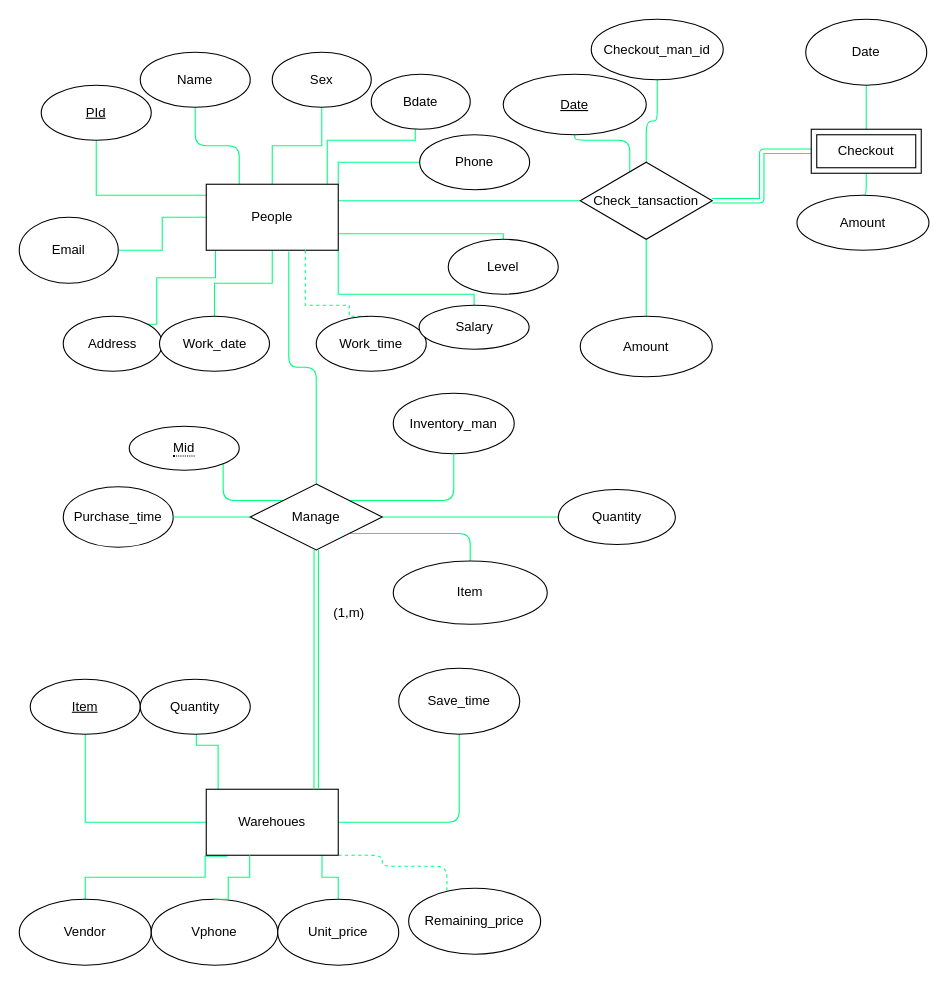
The draw.io diagram ER_model原檔.drawio in peter-kong/Warehouse_system, before the edit. Source tidied: cells renumbered, new cells numbered last; positions are measured from the earlier drawing's top-left corner, leaving out a move shared by most shapes. Both pictures are drawn from the tidied source at 110%, with x=0, y=0 at pixel (19, 19).
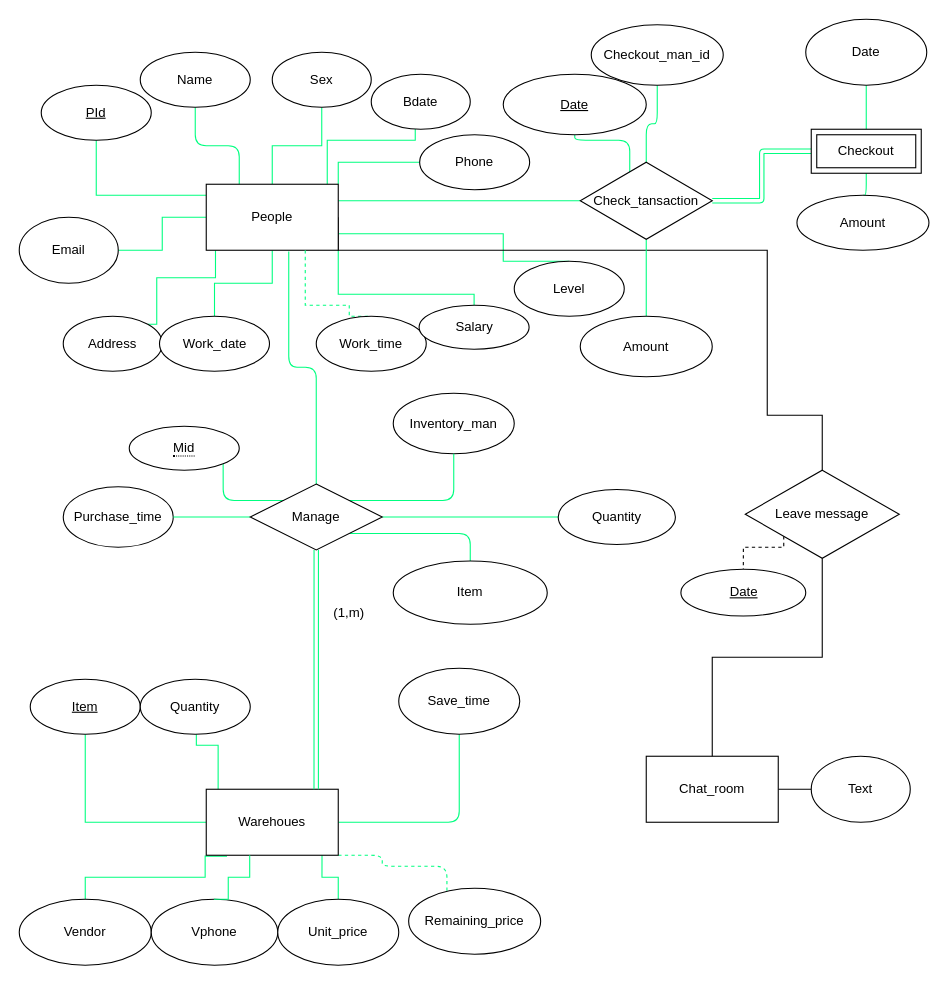
The same diagram, later.

The change refers to these unchanged cells:
```xml
<mxCell id="13" value="People" style="rounded=0;whiteSpace=wrap;html=1;" parent="1" vertex="1">
  <mxGeometry x="170" y="150" width="120" height="60" as="geometry" />
</mxCell>
```

What changed in the source:
```diff
@@
+    <mxCell id="68" style="edgeStyle=orthogonalEdgeStyle;rounded=0;jettySize=auto;html=1;exitX=1;exitY=0.5;exitDx=0;exitDy=0;entryX=0.5;entryY=0;entryDx=0;entryDy=0;endArrow=none;endFill=0;" parent="1" edge="1" source="13" target="73">
+      <mxGeometry relative="1" as="geometry">
+        <Array as="points">
+          <mxPoint x="290" y="210" />
+          <mxPoint x="680" y="210" />
+          <mxPoint x="680" y="360" />
+          <mxPoint x="730" y="360" />
+        </Array>
+      </mxGeometry>
+    </mxCell>
@@
     <mxCell id="17" value="Level" style="ellipse;whiteSpace=wrap;html=1;" parent="1" vertex="1">
-      <mxGeometry x="390" y="200" width="100" height="50" as="geometry" />
+      <mxGeometry x="450" y="220" width="100" height="50" as="geometry" />
     </mxCell>
@@
     <mxCell id="60" value="Checkout_man_id" style="ellipse;whiteSpace=wrap;html=1;" parent="1" vertex="1">
-      <mxGeometry x="520" width="120" height="55" as="geometry" />
+      <mxGeometry x="520" y="5" width="120" height="55" as="geometry" />
     </mxCell>
@@
+    <mxCell id="69" style="edgeStyle=orthogonalEdgeStyle;rounded=0;jettySize=auto;html=1;endArrow=none;endFill=0;" parent="1" edge="1" source="70" target="74">
+      <mxGeometry relative="1" as="geometry" />
+    </mxCell>
+    <mxCell id="70" value="Chat_room" style="rounded=0;whiteSpace=wrap;html=1;" parent="1" vertex="1">
+      <mxGeometry x="570" y="670" width="120" height="60" as="geometry" />
+    </mxCell>
+    <mxCell id="71" style="edgeStyle=orthogonalEdgeStyle;rounded=0;jettySize=auto;html=1;exitX=0.5;exitY=1;exitDx=0;exitDy=0;entryX=0.5;entryY=0;entryDx=0;entryDy=0;endArrow=none;endFill=0;" parent="1" edge="1" source="73" target="70">
+      <mxGeometry relative="1" as="geometry" />
+    </mxCell>
+    <mxCell id="72" style="edgeStyle=orthogonalEdgeStyle;rounded=0;jettySize=auto;html=1;exitX=0;exitY=1;exitDx=0;exitDy=0;entryX=0.5;entryY=0;entryDx=0;entryDy=0;dashed=1;endArrow=none;endFill=0;" parent="1" edge="1" source="73" target="75">
+      <mxGeometry relative="1" as="geometry">
+        <Array as="points">
+          <mxPoint x="695" y="480" />
+          <mxPoint x="658" y="480" />
+        </Array>
+      </mxGeometry>
+    </mxCell>
+    <mxCell id="73" value="Leave message" style="rhombus;whiteSpace=wrap;html=1;" parent="1" vertex="1">
+      <mxGeometry x="660" y="410" width="140" height="80" as="geometry" />
+    </mxCell>
+    <mxCell id="74" value="Text" style="ellipse;whiteSpace=wrap;html=1;rounded=0;" parent="1" vertex="1">
+      <mxGeometry x="720" y="670" width="90" height="60" as="geometry" />
+    </mxCell>
+    <mxCell id="75" value="&lt;u&gt;Date&lt;/u&gt;" style="ellipse;whiteSpace=wrap;html=1;" parent="1" vertex="1">
+      <mxGeometry x="601.5" y="500" width="113.5" height="42.5" as="geometry" />
+    </mxCell>
```
